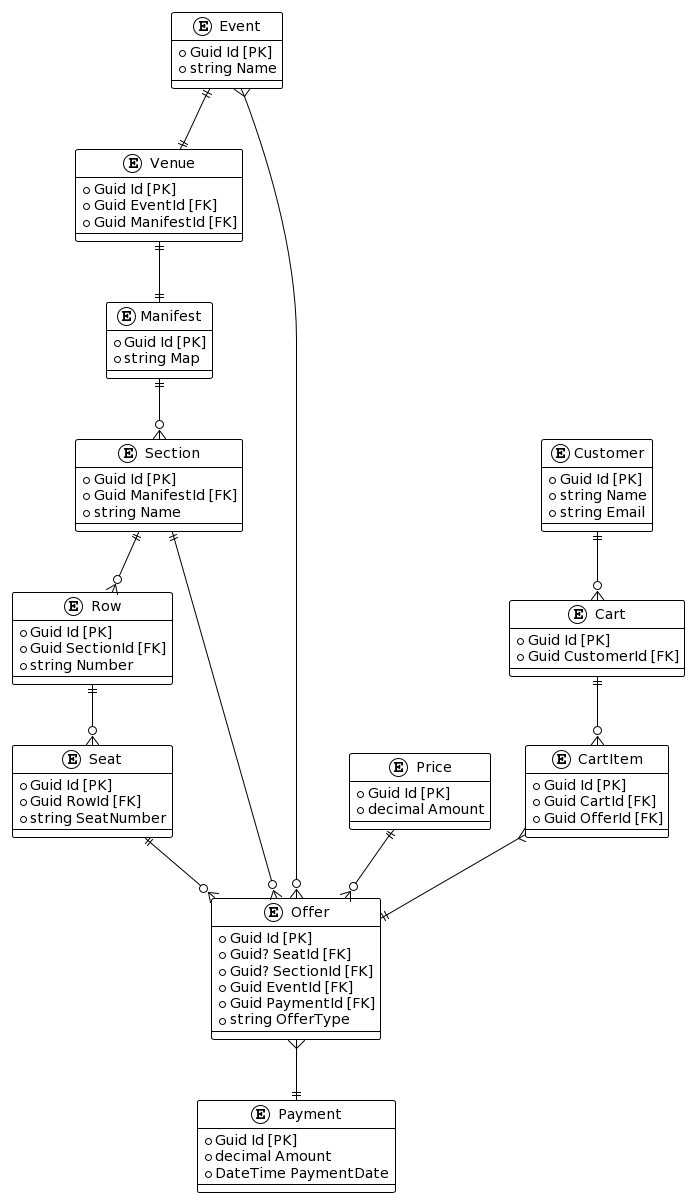
Before: Diagrams/entity_relationship_diagram.png, a diagram exported from PlantUML (evilsquirr3l/ticketing).
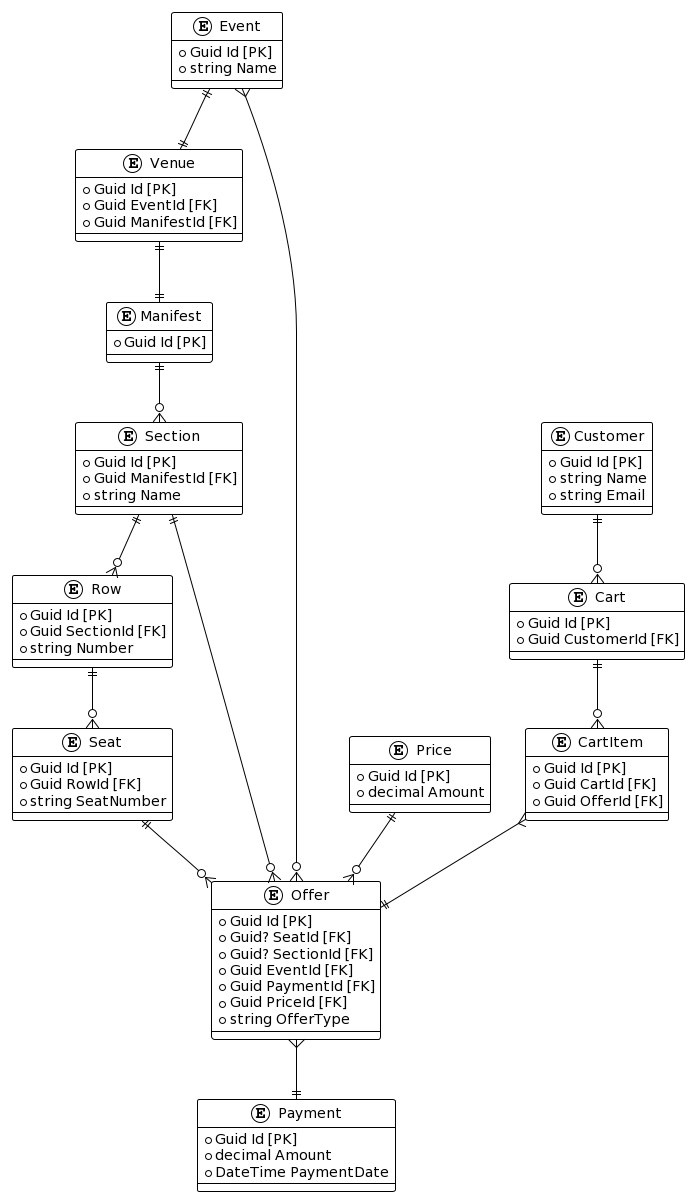
Above is the later version.

Diff of the diagram source:
```diff
@@ -14,7 +14,6 @@
 
 entity Manifest {
   + Guid Id [PK]
-  + string Map
 }
 
 entity Section {
@@ -41,6 +40,7 @@
   + Guid? SectionId [FK]
   + Guid EventId [FK]
   + Guid PaymentId [FK]
++ Guid PriceId [FK]
   + string OfferType
 }
 
```
